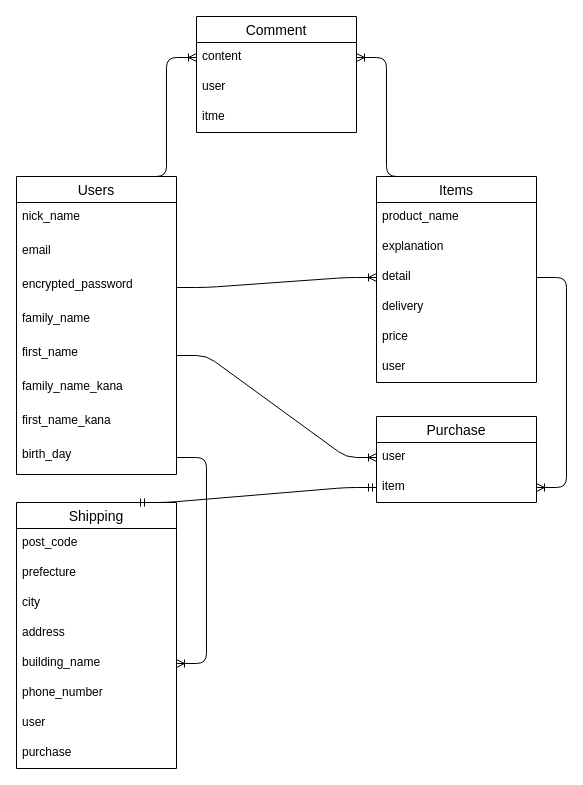
Above: ER.dio in Takapirorin/furima-37208 (draw.io), before the change. Source tidied: cells renumbered, new cells numbered last; positions are measured from the earlier drawing's top-left corner, leaving out a move shared by most shapes. Both pictures are drawn from the tidied source at 100%, with x=0, y=0 at pixel (16, 16).
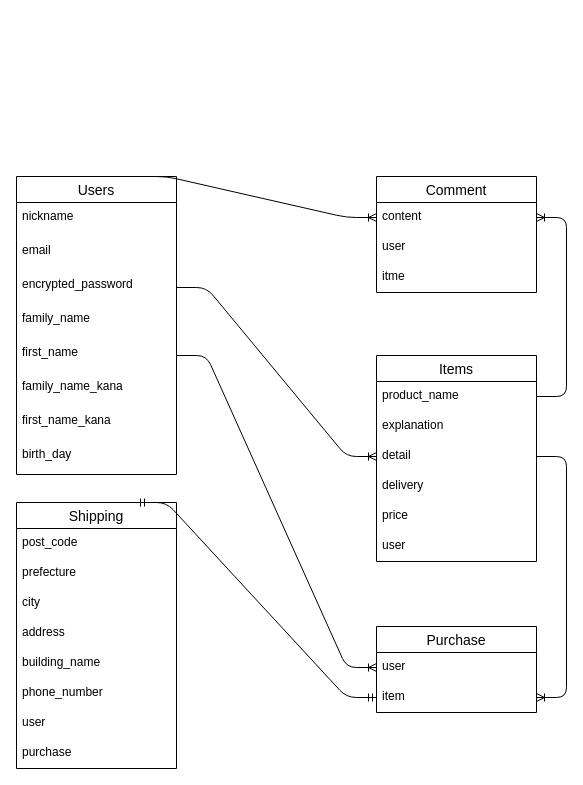
The same page after the edit.

Commit message (it also covers changes not shown here):
ER図・READMEの修正

The change refers to these unchanged cells:
```xml
<mxCell id="2" value="Users" style="swimlane;fontStyle=0;horizontal=1;startSize=26;align=center;fontSize=14;" parent="1" vertex="1">
  <mxGeometry y="160" width="160" height="298" as="geometry" />
</mxCell>
<mxCell id="10" value="birth_day" style="text;strokeColor=none;fillColor=none;spacingLeft=4;spacingRight=4;overflow=hidden;points=[[0,0.5],[1,0.5]];portConstraint=eastwest;fontSize=12;" parent="2" vertex="1">
  <mxGeometry y="264" width="160" height="34" as="geometry" />
</mxCell>
<mxCell id="12" value="product_name" style="text;strokeColor=none;fillColor=none;spacingLeft=4;spacingRight=4;overflow=hidden;points=[[0,0.5],[1,0.5]];portConstraint=eastwest;fontSize=12;" parent="11" vertex="1">
  <mxGeometry y="26" width="160" height="30" as="geometry" />
</mxCell>
<mxCell id="26" value="building_name" style="text;strokeColor=none;fillColor=none;spacingLeft=4;spacingRight=4;overflow=hidden;points=[[0,0.5],[1,0.5]];portConstraint=eastwest;fontSize=12;" parent="21" vertex="1">
  <mxGeometry y="146" width="160" height="30" as="geometry" />
</mxCell>
<mxCell id="31" value="content&#10;&#10;" style="text;strokeColor=none;fillColor=none;spacingLeft=4;spacingRight=4;overflow=hidden;points=[[0,0.5],[1,0.5]];portConstraint=eastwest;fontSize=12;" parent="30" vertex="1">
  <mxGeometry y="26" width="160" height="30" as="geometry" />
</mxCell>
```

The edit, as a diff of the source:
```diff
@@
-    <mxCell id="3" value="nick_name&#10;&#10;" style="text;strokeColor=none;fillColor=none;spacingLeft=4;spacingRight=4;overflow=hidden;fontSize=12;" parent="2" vertex="1">
+    <mxCell id="3" value="nickname&#10;&#10;" style="text;strokeColor=none;fillColor=none;spacingLeft=4;spacingRight=4;overflow=hidden;fontSize=12;" parent="2" vertex="1">
       <mxGeometry y="26" width="160" height="34" as="geometry" />
     </mxCell>
@@
     <mxCell id="11" value="Items" style="swimlane;fontStyle=0;horizontal=1;startSize=26;align=center;fontSize=14;" parent="1" vertex="1">
-      <mxGeometry x="360" y="160" width="160" height="206" as="geometry" />
+      <mxGeometry x="360" y="339" width="160" height="206" as="geometry" />
     </mxCell>
@@
     <mxCell id="18" value="Purchase" style="swimlane;fontStyle=0;horizontal=1;startSize=26;align=center;fontSize=14;" parent="1" vertex="1">
-      <mxGeometry x="360" y="400" width="160" height="86" as="geometry" />
+      <mxGeometry x="360" y="610" width="160" height="86" as="geometry" />
     </mxCell>
@@
     <mxCell id="30" value="Comment" style="swimlane;fontStyle=0;horizontal=1;startSize=26;align=center;fontSize=14;" parent="1" vertex="1">
-      <mxGeometry x="180" width="160" height="116" as="geometry" />
+      <mxGeometry x="360" y="160" width="160" height="116" as="geometry" />
     </mxCell>
@@
-    <mxCell id="34" style="edgeStyle=entityRelationEdgeStyle;fontSize=12;html=1;endArrow=ERoneToMany;entryX=1;entryY=0.5;entryDx=0;entryDy=0;exitX=0.25;exitY=0;exitDx=0;exitDy=0;" parent="1" edge="1" source="11" target="31">
+    <mxCell id="34" style="edgeStyle=entityRelationEdgeStyle;fontSize=12;html=1;endArrow=ERoneToMany;entryX=1;entryY=0.5;entryDx=0;entryDy=0;exitX=1;exitY=0.5;exitDx=0;exitDy=0;" parent="1" edge="1" source="12" target="31">
       <mxGeometry relative="1" as="geometry" />
     </mxCell>
@@
-    <mxCell id="40" style="edgeStyle=entityRelationEdgeStyle;fontSize=12;html=1;endArrow=ERoneToMany;exitX=1;exitY=0.5;exitDx=0;exitDy=0;entryX=1;entryY=0.5;entryDx=0;entryDy=0;" parent="1" edge="1" source="10" target="26">
-      <mxGeometry relative="1" as="geometry" />
-    </mxCell>
```
